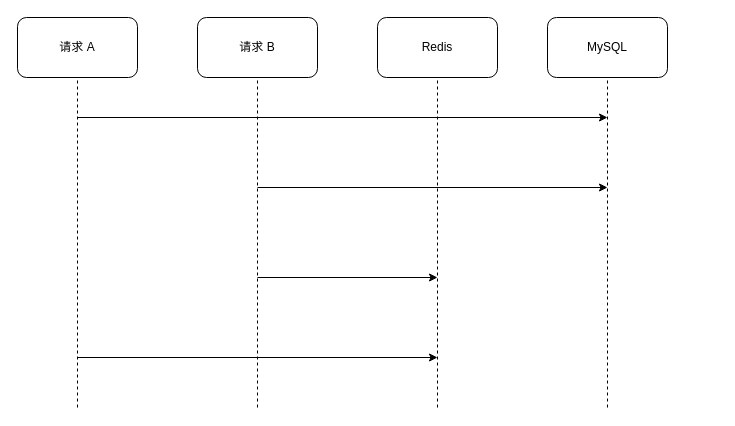
Before: page "先更新数据库再更新缓存" (1 of 4) of folder/Redis 缓存一致性 1.drawio in SolarAA-11/drawio, a draw.io diagram. Source tidied: cells renumbered, new cells numbered last; positions are measured from the earlier drawing's top-left corner, leaving out a move shared by most shapes. Both pictures are drawn from the tidied source at 100%, with x=0, y=0 at pixel (17, 17).
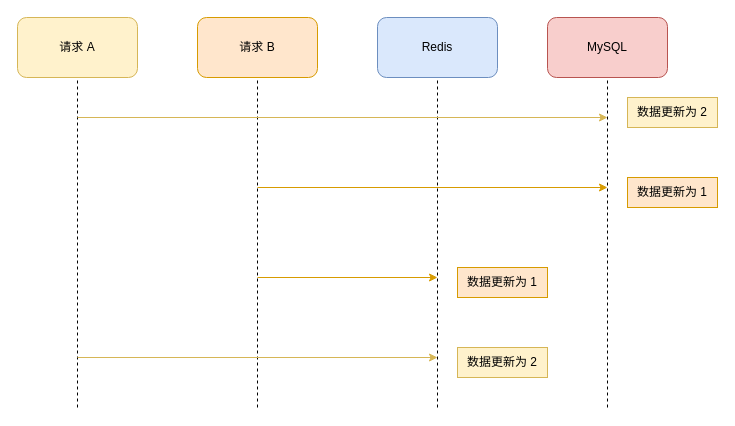
After the change.

Commit message:
Update Redis 缓存一致性 1.drawio

Change to the diagram source:
```diff
@@
-    <mxCell id="2" value="请求 A" style="rounded=1;whiteSpace=wrap;html=1;" parent="1" vertex="1">
+    <mxCell id="2" value="请求 A" style="rounded=1;whiteSpace=wrap;html=1;fillColor=#fff2cc;strokeColor=#d6b656;" parent="1" vertex="1">
       <mxGeometry width="120" height="60" as="geometry" />
     </mxCell>
-    <mxCell id="3" value="请求 B" style="rounded=1;whiteSpace=wrap;html=1;" parent="1" vertex="1">
+    <mxCell id="3" value="请求 B" style="rounded=1;whiteSpace=wrap;html=1;fillColor=#ffe6cc;strokeColor=#d79b00;" parent="1" vertex="1">
       <mxGeometry x="180" width="120" height="60" as="geometry" />
     </mxCell>
-    <mxCell id="4" value="Redis" style="rounded=1;whiteSpace=wrap;html=1;" parent="1" vertex="1">
+    <mxCell id="4" value="Redis" style="rounded=1;whiteSpace=wrap;html=1;fillColor=#dae8fc;strokeColor=#6c8ebf;" parent="1" vertex="1">
       <mxGeometry x="360" width="120" height="60" as="geometry" />
     </mxCell>
-    <mxCell id="5" value="MySQL" style="rounded=1;whiteSpace=wrap;html=1;" parent="1" vertex="1">
+    <mxCell id="5" value="MySQL" style="rounded=1;whiteSpace=wrap;html=1;fillColor=#f8cecc;strokeColor=#b85450;" parent="1" vertex="1">
       <mxGeometry x="530" width="120" height="60" as="geometry" />
     </mxCell>
@@
-    <mxCell id="10" style="endArrow=classic;html=1;rounded=0;" parent="1" edge="1">
+    <mxCell id="10" style="endArrow=classic;html=1;rounded=0;fillColor=#fff2cc;strokeColor=#d6b656;" parent="1" edge="1">
       <mxGeometry relative="1" as="geometry">
         <mxPoint x="60" y="100" as="sourcePoint" />
         <mxPoint x="590" y="100" as="targetPoint" />
       </mxGeometry>
     </mxCell>
-    <mxCell id="11" style="endArrow=classic;html=1;rounded=0;" parent="1" edge="1">
+    <mxCell id="11" style="endArrow=classic;html=1;rounded=0;fillColor=#fff2cc;strokeColor=#d6b656;" parent="1" edge="1">
       <mxGeometry relative="1" as="geometry">
         <mxPoint x="60" y="340" as="sourcePoint" />
         <mxPoint x="420" y="340" as="targetPoint" />
       </mxGeometry>
     </mxCell>
-    <mxCell id="12" style="endArrow=classic;html=1;rounded=0;" parent="1" edge="1">
+    <mxCell id="12" style="endArrow=classic;html=1;rounded=0;fillColor=#ffe6cc;strokeColor=#d79b00;" parent="1" edge="1">
       <mxGeometry relative="1" as="geometry">
         <mxPoint x="240" y="170" as="sourcePoint" />
         <mxPoint x="590" y="170" as="targetPoint" />
       </mxGeometry>
     </mxCell>
-    <mxCell id="13" style="endArrow=classic;html=1;rounded=0;" parent="1" edge="1">
+    <mxCell id="13" style="endArrow=classic;html=1;rounded=0;fillColor=#ffe6cc;strokeColor=#d79b00;" parent="1" edge="1">
       <mxGeometry relative="1" as="geometry">
         <mxPoint x="240" y="260" as="sourcePoint" />
         <mxPoint x="420" y="260" as="targetPoint" />
       </mxGeometry>
     </mxCell>
+    <mxCell id="14" value="数据更新为 2&lt;br&gt;" style="text;html=1;strokeColor=#d6b656;fillColor=#fff2cc;align=center;verticalAlign=middle;whiteSpace=wrap;rounded=0;" parent="1" vertex="1">
+      <mxGeometry x="610" y="80" width="90" height="30" as="geometry" />
+    </mxCell>
+    <mxCell id="15" value="数据更新为 2&lt;br&gt;" style="text;html=1;strokeColor=#d6b656;fillColor=#fff2cc;align=center;verticalAlign=middle;whiteSpace=wrap;rounded=0;" parent="1" vertex="1">
+      <mxGeometry x="440" y="330" width="90" height="30" as="geometry" />
+    </mxCell>
+    <mxCell id="16" value="数据更新为 1" style="text;html=1;strokeColor=#d79b00;fillColor=#ffe6cc;align=center;verticalAlign=middle;whiteSpace=wrap;rounded=0;" parent="1" vertex="1">
+      <mxGeometry x="610" y="160" width="90" height="30" as="geometry" />
+    </mxCell>
+    <mxCell id="17" value="数据更新为 1" style="text;html=1;strokeColor=#d79b00;fillColor=#ffe6cc;align=center;verticalAlign=middle;whiteSpace=wrap;rounded=0;" parent="1" vertex="1">
+      <mxGeometry x="440" y="250" width="90" height="30" as="geometry" />
+    </mxCell>
```
